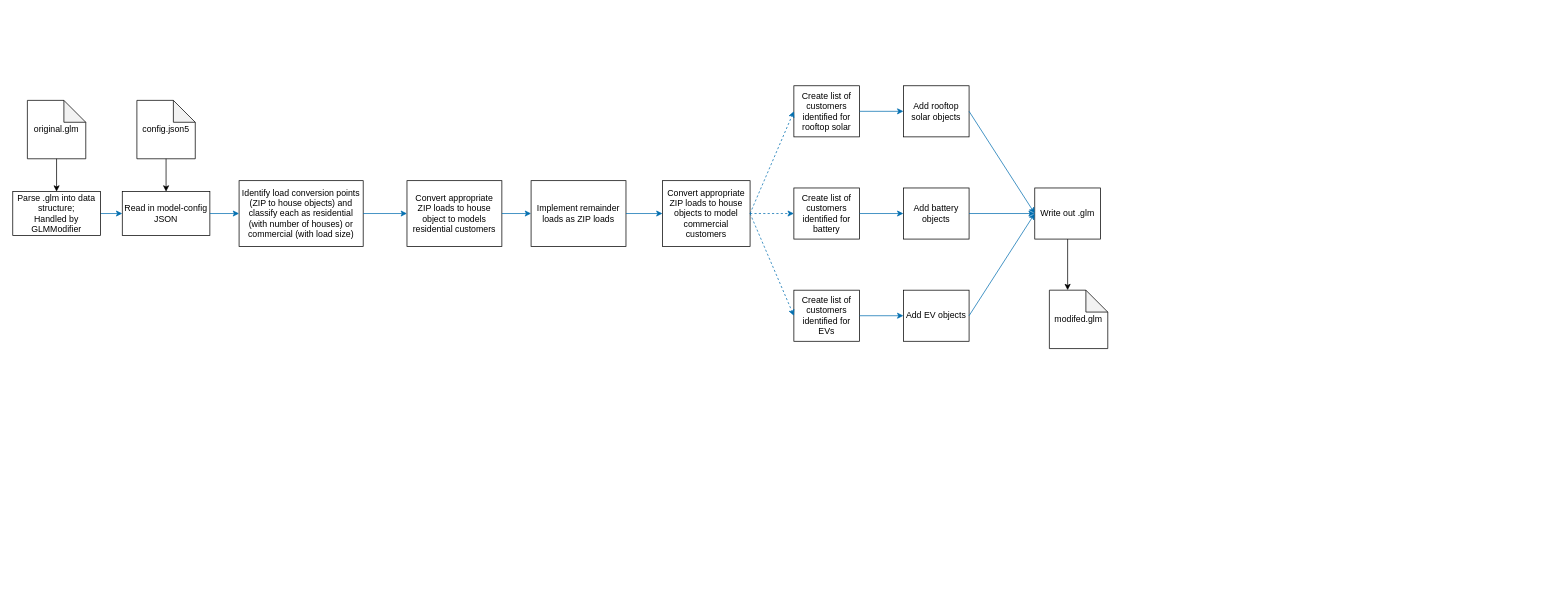
Before: doc/design/feeder_generator/feeder_population_flowchart.drawio in pnnl/tesp, a draw.io diagram. Source tidied: cells renumbered, new cells numbered last; positions are measured from the earlier drawing's top-left corner, leaving out a move shared by most shapes. Both pictures are drawn from the tidied source at 73%, with x=0, y=0 at pixel (12, 85).
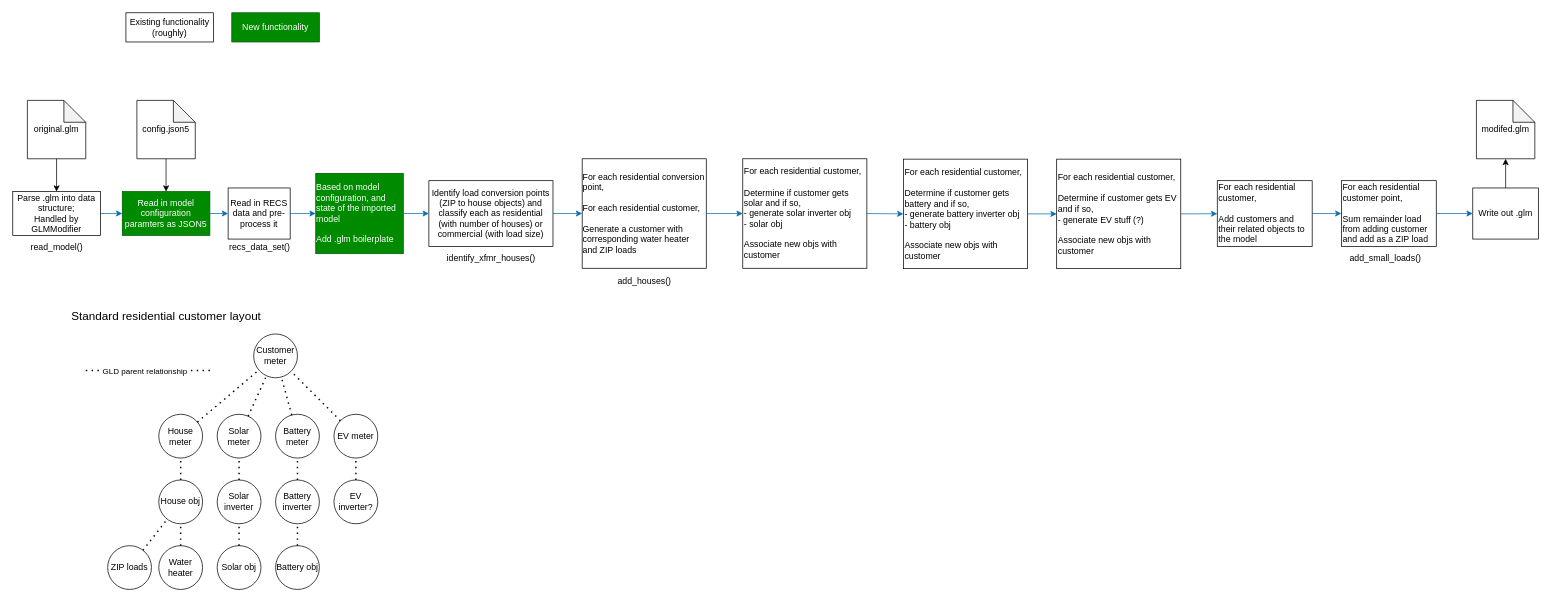
Above is the later version.

Commit message:
Update feeder_population_flowchart with more details

Diff of the diagram source:
```diff
@@
     <mxCell id="4" value="Identify load conversion points (ZIP to house objects) and classify each as residential (with number of houses) or commercial (with load size)" style="rounded=0;whiteSpace=wrap;html=1;" parent="1" vertex="1">
-      <mxGeometry x="310" y="130" width="170" height="90" as="geometry" />
+      <mxGeometry x="570" y="130" width="170" height="90" as="geometry" />
     </mxCell>
-    <mxCell id="5" value="Convert appropriate ZIP loads to house object to models residential customers" style="rounded=0;whiteSpace=wrap;html=1;" parent="1" vertex="1">
-      <mxGeometry x="540" y="130" width="130" height="90" as="geometry" />
-    </mxCell>
-    <mxCell id="6" style="edgeStyle=none;html=1;exitX=1;exitY=0.5;exitDx=0;exitDy=0;fillColor=#1ba1e2;strokeColor=#006EAF;" parent="1" edge="1" source="4" target="5">
+    <mxCell id="6" style="edgeStyle=none;html=1;exitX=1;exitY=0.5;exitDx=0;exitDy=0;fillColor=#1ba1e2;strokeColor=#006EAF;entryX=0;entryY=0.5;entryDx=0;entryDy=0;" parent="1" edge="1" source="4" target="74">
       <mxGeometry relative="1" as="geometry" />
     </mxCell>
-    <mxCell id="7" value="Convert appropriate ZIP loads to house objects to model commercial customers" style="rounded=0;whiteSpace=wrap;html=1;" parent="1" vertex="1">
-      <mxGeometry x="890" y="130" width="120" height="90" as="geometry" />
-    </mxCell>
-    <mxCell id="8" style="edgeStyle=none;html=1;exitX=1;exitY=0.5;exitDx=0;exitDy=0;fillColor=#1ba1e2;strokeColor=#006EAF;entryX=0;entryY=0.5;entryDx=0;entryDy=0;" parent="1" edge="1" source="5" target="33">
-      <mxGeometry relative="1" as="geometry" />
+    <mxCell id="8" style="edgeStyle=none;html=1;fillColor=#1ba1e2;strokeColor=#006EAF;entryX=0;entryY=0.5;entryDx=0;entryDy=0;" parent="1" edge="1" target="33">
+      <mxGeometry relative="1" as="geometry">
+        <mxPoint x="1780" y="175" as="sourcePoint" />
+      </mxGeometry>
     </mxCell>
-    <mxCell id="9" value="Create list of customers identified for rooftop solar" style="rounded=0;whiteSpace=wrap;html=1;" parent="1" vertex="1">
-      <mxGeometry x="1070" width="90" height="70" as="geometry" />
-    </mxCell>
-    <mxCell id="10" value="Add rooftop solar objects" style="rounded=0;whiteSpace=wrap;html=1;" parent="1" vertex="1">
-      <mxGeometry x="1220" width="90" height="70" as="geometry" />
-    </mxCell>
-    <mxCell id="11" style="edgeStyle=none;html=1;exitX=1;exitY=0.5;exitDx=0;exitDy=0;fillColor=#1ba1e2;strokeColor=#006EAF;entryX=0;entryY=0.5;entryDx=0;entryDy=0;dashed=1;" parent="1" edge="1" source="7" target="9">
-      <mxGeometry relative="1" as="geometry" />
-    </mxCell>
-    <mxCell id="12" style="edgeStyle=none;html=1;exitX=1;exitY=0.5;exitDx=0;exitDy=0;fillColor=#1ba1e2;strokeColor=#006EAF;entryX=0;entryY=0.5;entryDx=0;entryDy=0;" parent="1" edge="1" source="9" target="10">
-      <mxGeometry relative="1" as="geometry" />
-    </mxCell>
-    <mxCell id="13" value="Create list of customers identified for battery" style="rounded=0;whiteSpace=wrap;html=1;" parent="1" vertex="1">
-      <mxGeometry x="1070" y="140" width="90" height="70" as="geometry" />
-    </mxCell>
-    <mxCell id="14" value="Add battery objects" style="rounded=0;whiteSpace=wrap;html=1;" parent="1" vertex="1">
-      <mxGeometry x="1220" y="140" width="90" height="70" as="geometry" />
-    </mxCell>
-    <mxCell id="15" style="edgeStyle=none;html=1;exitX=1;exitY=0.5;exitDx=0;exitDy=0;fillColor=#1ba1e2;strokeColor=#006EAF;entryX=0;entryY=0.5;entryDx=0;entryDy=0;" parent="1" edge="1" source="13" target="14">
-      <mxGeometry relative="1" as="geometry" />
-    </mxCell>
-    <mxCell id="16" value="Create list of customers identified for EVs" style="rounded=0;whiteSpace=wrap;html=1;" parent="1" vertex="1">
-      <mxGeometry x="1070" y="280" width="90" height="70" as="geometry" />
-    </mxCell>
-    <mxCell id="17" value="Add EV objects" style="rounded=0;whiteSpace=wrap;html=1;" parent="1" vertex="1">
-      <mxGeometry x="1220" y="280" width="90" height="70" as="geometry" />
-    </mxCell>
-    <mxCell id="18" style="edgeStyle=none;html=1;exitX=1;exitY=0.5;exitDx=0;exitDy=0;fillColor=#1ba1e2;strokeColor=#006EAF;entryX=0;entryY=0.5;entryDx=0;entryDy=0;" parent="1" edge="1" source="16" target="17">
-      <mxGeometry relative="1" as="geometry" />
-    </mxCell>
-    <mxCell id="19" style="edgeStyle=none;html=1;exitX=1;exitY=0.5;exitDx=0;exitDy=0;fillColor=#1ba1e2;strokeColor=#006EAF;entryX=0;entryY=0.5;entryDx=0;entryDy=0;dashed=1;" parent="1" edge="1" source="7" target="13">
-      <mxGeometry relative="1" as="geometry" />
-    </mxCell>
-    <mxCell id="20" style="edgeStyle=none;html=1;exitX=1;exitY=0.5;exitDx=0;exitDy=0;fillColor=#1ba1e2;strokeColor=#006EAF;entryX=0;entryY=0.5;entryDx=0;entryDy=0;dashed=1;" parent="1" edge="1" source="7" target="16">
-      <mxGeometry relative="1" as="geometry" />
-    </mxCell>
-    <mxCell id="21" style="edgeStyle=none;html=1;exitX=0.5;exitY=1;exitDx=0;exitDy=0;entryX=0;entryY=0;entryDx=25;entryDy=0;entryPerimeter=0;" parent="1" edge="1" source="22" target="26">
+    <mxCell id="21" style="edgeStyle=none;html=1;exitX=0.5;exitY=0.5;exitDx=0;exitDy=0;exitPerimeter=0;" parent="1" edge="1" source="22" target="26">
       <mxGeometry relative="1" as="geometry" />
     </mxCell>
     <mxCell id="22" value="Write out .glm" style="rounded=0;whiteSpace=wrap;html=1;" parent="1" vertex="1">
-      <mxGeometry x="1400" y="140" width="90" height="70" as="geometry" />
+      <mxGeometry x="2000" y="140" width="90" height="70" as="geometry" />
     </mxCell>
-    <mxCell id="23" style="edgeStyle=none;html=1;exitX=1;exitY=0.5;exitDx=0;exitDy=0;fillColor=#1ba1e2;strokeColor=#006EAF;entryX=0;entryY=0.5;entryDx=0;entryDy=0;" parent="1" edge="1" source="10" target="22">
-      <mxGeometry relative="1" as="geometry" />
-    </mxCell>
-    <mxCell id="24" style="edgeStyle=none;html=1;exitX=1;exitY=0.5;exitDx=0;exitDy=0;fillColor=#1ba1e2;strokeColor=#006EAF;entryX=0;entryY=0.5;entryDx=0;entryDy=0;" parent="1" edge="1" source="14" target="22">
-      <mxGeometry relative="1" as="geometry" />
-    </mxCell>
-    <mxCell id="25" style="edgeStyle=none;html=1;exitX=1;exitY=0.5;exitDx=0;exitDy=0;fillColor=#1ba1e2;strokeColor=#006EAF;entryX=0;entryY=0.5;entryDx=0;entryDy=0;" parent="1" edge="1" source="17" target="22">
-      <mxGeometry relative="1" as="geometry" />
-    </mxCell>
     <mxCell id="26" value="modifed.glm" style="shape=note;whiteSpace=wrap;html=1;backgroundOutline=1;darkOpacity=0.05;" parent="1" vertex="1">
-      <mxGeometry x="1420" y="280" width="80" height="80" as="geometry" />
+      <mxGeometry x="2005" y="20" width="80" height="80" as="geometry" />
     </mxCell>
@@
-    <mxCell id="29" value="Read in model-config JSON" style="rounded=0;whiteSpace=wrap;html=1;" parent="1" vertex="1">
+    <mxCell id="29" value="Read in model configuration paramters as JSON5" style="rounded=0;whiteSpace=wrap;html=1;fillColor=#008a00;fontColor=#ffffff;strokeColor=#005700;" parent="1" vertex="1">
       <mxGeometry x="150" y="145" width="120" height="60" as="geometry" />
     </mxCell>
-    <mxCell id="30" style="edgeStyle=none;html=1;exitX=1;exitY=0.5;exitDx=0;exitDy=0;fillColor=#1ba1e2;strokeColor=#006EAF;entryX=0;entryY=0.5;entryDx=0;entryDy=0;" parent="1" edge="1" source="29" target="4">
-      <mxGeometry relative="1" as="geometry" />
+    <mxCell id="30" style="edgeStyle=none;html=1;fillColor=#1ba1e2;strokeColor=#006EAF;entryX=0;entryY=0.5;entryDx=0;entryDy=0;" parent="1" edge="1" target="70">
+      <mxGeometry relative="1" as="geometry">
+        <mxPoint x="270" y="175" as="sourcePoint" />
+      </mxGeometry>
     </mxCell>
@@
-    <mxCell id="33" value="Implement remainder loads as ZIP loads" style="rounded=0;whiteSpace=wrap;html=1;" parent="1" vertex="1">
-      <mxGeometry x="710" y="130" width="130" height="90" as="geometry" />
+    <mxCell id="33" value="For each residential customer point,&lt;br&gt;&lt;br&gt;&lt;div style=&quot;&quot;&gt;&lt;span style=&quot;background-color: initial;&quot;&gt;Sum remainder load from adding customer and add as a ZIP load&lt;/span&gt;&lt;/div&gt;" style="rounded=0;whiteSpace=wrap;html=1;align=left;" parent="1" vertex="1">
+      <mxGeometry x="1820" y="130" width="130" height="90" as="geometry" />
     </mxCell>
-    <mxCell id="34" style="edgeStyle=none;html=1;exitX=1;exitY=0.5;exitDx=0;exitDy=0;fillColor=#1ba1e2;strokeColor=#006EAF;entryX=0;entryY=0.5;entryDx=0;entryDy=0;" parent="1" edge="1" source="33" target="7">
-      <mxGeometry relative="1" as="geometry" />
-    </mxCell>
+    <mxCell id="35" value="New functionality" style="rounded=0;whiteSpace=wrap;html=1;fillColor=#008a00;fontColor=#ffffff;strokeColor=#005700;" parent="1" vertex="1">
+      <mxGeometry x="300" y="-100" width="120" height="40" as="geometry" />
+    </mxCell>
+    <mxCell id="36" value="Existing functionality (roughly)" style="rounded=0;whiteSpace=wrap;html=1;" parent="1" vertex="1">
+      <mxGeometry x="155" y="-100" width="120" height="40" as="geometry" />
+    </mxCell>
+    <mxCell id="37" value="Customer meter" style="ellipse;whiteSpace=wrap;html=1;" parent="1" vertex="1">
+      <mxGeometry x="330" y="340" width="60" height="60" as="geometry" />
+    </mxCell>
+    <mxCell id="38" value="House meter" style="ellipse;whiteSpace=wrap;html=1;" parent="1" vertex="1">
+      <mxGeometry x="200" y="450" width="60" height="60" as="geometry" />
+    </mxCell>
+    <mxCell id="39" value="Solar meter" style="ellipse;whiteSpace=wrap;html=1;" parent="1" vertex="1">
+      <mxGeometry x="280" y="450" width="60" height="60" as="geometry" />
+    </mxCell>
+    <mxCell id="40" value="Battery meter" style="ellipse;whiteSpace=wrap;html=1;" parent="1" vertex="1">
+      <mxGeometry x="360" y="450" width="60" height="60" as="geometry" />
+    </mxCell>
+    <mxCell id="41" value="EV meter" style="ellipse;whiteSpace=wrap;html=1;" parent="1" vertex="1">
+      <mxGeometry x="440" y="450" width="60" height="60" as="geometry" />
+    </mxCell>
+    <mxCell id="42" style="endArrow=none;dashed=1;html=1;dashPattern=1 3;strokeWidth=2;" parent="1" edge="1" source="38" target="37">
+      <mxGeometry relative="1" as="geometry" />
+    </mxCell>
+    <mxCell id="43" style="endArrow=none;dashed=1;html=1;dashPattern=1 3;strokeWidth=2;" parent="1" edge="1" source="39" target="37">
+      <mxGeometry relative="1" as="geometry" />
+    </mxCell>
+    <mxCell id="44" style="endArrow=none;dashed=1;html=1;dashPattern=1 3;strokeWidth=2;" parent="1" edge="1" source="40" target="37">
+      <mxGeometry relative="1" as="geometry" />
+    </mxCell>
+    <mxCell id="45" style="endArrow=none;dashed=1;html=1;dashPattern=1 3;strokeWidth=2;" parent="1" edge="1" source="41" target="37">
+      <mxGeometry relative="1" as="geometry" />
+    </mxCell>
+    <mxCell id="46" style="endArrow=none;dashed=1;html=1;dashPattern=1 3;strokeWidth=2;" parent="1" edge="1">
+      <mxGeometry relative="1" as="geometry">
+        <mxPoint x="100" y="390" as="sourcePoint" />
+        <mxPoint x="270" y="390" as="targetPoint" />
+      </mxGeometry>
+    </mxCell>
+    <mxCell id="47" value="GLD parent relationship" style="edgeLabel;html=1;align=center;verticalAlign=middle;" parent="46" vertex="1">
+      <mxGeometry x="-0.52" y="2" relative="1" as="geometry">
+        <mxPoint x="39" y="3" as="offset" />
+      </mxGeometry>
+    </mxCell>
+    <mxCell id="48" value="House obj" style="ellipse;whiteSpace=wrap;html=1;" parent="1" vertex="1">
+      <mxGeometry x="200" y="540" width="60" height="60" as="geometry" />
+    </mxCell>
+    <mxCell id="49" value="ZIP loads" style="ellipse;whiteSpace=wrap;html=1;" parent="1" vertex="1">
+      <mxGeometry x="130" y="630" width="60" height="60" as="geometry" />
+    </mxCell>
+    <mxCell id="50" value="Water heater" style="ellipse;whiteSpace=wrap;html=1;" parent="1" vertex="1">
+      <mxGeometry x="200" y="630" width="60" height="60" as="geometry" />
+    </mxCell>
+    <mxCell id="51" style="endArrow=none;dashed=1;html=1;dashPattern=1 3;strokeWidth=2;" parent="1" edge="1" source="48" target="38">
+      <mxGeometry relative="1" as="geometry" />
+    </mxCell>
+    <mxCell id="52" style="endArrow=none;dashed=1;html=1;dashPattern=1 3;strokeWidth=2;" parent="1" edge="1" source="49" target="48">
+      <mxGeometry relative="1" as="geometry" />
+    </mxCell>
+    <mxCell id="53" style="endArrow=none;dashed=1;html=1;dashPattern=1 3;strokeWidth=2;" parent="1" edge="1" source="50" target="48">
+      <mxGeometry relative="1" as="geometry" />
+    </mxCell>
+    <mxCell id="54" value="Solar inverter" style="ellipse;whiteSpace=wrap;html=1;" parent="1" vertex="1">
+      <mxGeometry x="280" y="540" width="60" height="60" as="geometry" />
+    </mxCell>
+    <mxCell id="55" value="Battery inverter" style="ellipse;whiteSpace=wrap;html=1;" parent="1" vertex="1">
+      <mxGeometry x="360" y="540" width="60" height="60" as="geometry" />
+    </mxCell>
+    <mxCell id="56" value="EV inverter?" style="ellipse;whiteSpace=wrap;html=1;" parent="1" vertex="1">
+      <mxGeometry x="440" y="540" width="60" height="60" as="geometry" />
+    </mxCell>
+    <mxCell id="57" style="endArrow=none;dashed=1;html=1;dashPattern=1 3;strokeWidth=2;" parent="1" edge="1" source="54" target="39">
+      <mxGeometry relative="1" as="geometry" />
+    </mxCell>
+    <mxCell id="58" style="endArrow=none;dashed=1;html=1;dashPattern=1 3;strokeWidth=2;" parent="1" edge="1" source="55" target="40">
+      <mxGeometry relative="1" as="geometry" />
+    </mxCell>
+    <mxCell id="59" style="endArrow=none;dashed=1;html=1;dashPattern=1 3;strokeWidth=2;" parent="1" edge="1" source="56" target="41">
+      <mxGeometry relative="1" as="geometry" />
+    </mxCell>
+    <mxCell id="60" value="Solar obj" style="ellipse;whiteSpace=wrap;html=1;" parent="1" vertex="1">
+      <mxGeometry x="280" y="630" width="60" height="60" as="geometry" />
+    </mxCell>
+    <mxCell id="61" value="Battery obj" style="ellipse;whiteSpace=wrap;html=1;" parent="1" vertex="1">
+      <mxGeometry x="360" y="630" width="60" height="60" as="geometry" />
+    </mxCell>
+    <mxCell id="62" style="endArrow=none;dashed=1;html=1;dashPattern=1 3;strokeWidth=2;" parent="1" edge="1" source="60" target="54">
+      <mxGeometry relative="1" as="geometry" />
+    </mxCell>
+    <mxCell id="63" style="endArrow=none;dashed=1;html=1;dashPattern=1 3;strokeWidth=2;" parent="1" edge="1" source="61" target="55">
+      <mxGeometry relative="1" as="geometry" />
+    </mxCell>
+    <mxCell id="64" value="&lt;font style=&quot;font-size: 16px;&quot;&gt;Standard residential customer layout&lt;/font&gt;" style="text;html=1;align=center;verticalAlign=middle;strokeColor=none;fillColor=none;" parent="1" vertex="1">
+      <mxGeometry x="70" y="300" width="280" height="30" as="geometry" />
+    </mxCell>
+    <mxCell id="65" value="&lt;font style=&quot;font-size: 12px;&quot;&gt;add_small_loads()&lt;/font&gt;" style="text;html=1;align=center;verticalAlign=middle;strokeColor=none;fillColor=none;fontSize=16;" parent="1" vertex="1">
+      <mxGeometry x="1820" y="220" width="120" height="30" as="geometry" />
+    </mxCell>
+    <mxCell id="66" value="&lt;span style=&quot;font-size: 12px;&quot;&gt;add_houses()&lt;/span&gt;" style="text;html=1;align=center;verticalAlign=middle;strokeColor=none;fillColor=none;fontSize=16;" parent="1" vertex="1">
+      <mxGeometry x="815" y="250.5" width="100" height="30" as="geometry" />
+    </mxCell>
+    <mxCell id="67" value="&lt;span style=&quot;font-size: 12px;&quot;&gt;identify_xfmr_houses()&lt;/span&gt;" style="text;html=1;align=center;verticalAlign=middle;strokeColor=none;fillColor=none;fontSize=16;" parent="1" vertex="1">
+      <mxGeometry x="585" y="220" width="140" height="30" as="geometry" />
+    </mxCell>
+    <mxCell id="68" value="&lt;div style=&quot;text-align: left;&quot;&gt;&lt;span style=&quot;background-color: initial;&quot;&gt;Based on model configuration, and state of the imported model&lt;/span&gt;&lt;/div&gt;&lt;div style=&quot;text-align: left;&quot;&gt;&lt;span style=&quot;background-color: initial;&quot;&gt;&lt;br&gt;&lt;/span&gt;&lt;/div&gt;&lt;div style=&quot;text-align: left;&quot;&gt;&lt;span style=&quot;background-color: initial;&quot;&gt;Add .glm boilerplate&lt;/span&gt;&lt;/div&gt;" style="rounded=0;whiteSpace=wrap;html=1;fillColor=#008a00;fontColor=#ffffff;strokeColor=#005700;" parent="1" vertex="1">
+      <mxGeometry x="415" y="120" width="120" height="110" as="geometry" />
+    </mxCell>
+    <mxCell id="69" style="edgeStyle=none;html=1;exitX=1;exitY=0.5;exitDx=0;exitDy=0;fillColor=#1ba1e2;strokeColor=#006EAF;entryX=0;entryY=0.5;entryDx=0;entryDy=0;" parent="1" edge="1" source="68" target="4">
+      <mxGeometry relative="1" as="geometry" />
+    </mxCell>
+    <mxCell id="70" value="Read in RECS data and pre-process it" style="rounded=0;whiteSpace=wrap;html=1;" parent="1" vertex="1">
+      <mxGeometry x="295" y="140" width="85" height="70" as="geometry" />
+    </mxCell>
+    <mxCell id="71" style="edgeStyle=none;html=1;fillColor=#1ba1e2;strokeColor=#006EAF;entryX=0;entryY=0.5;entryDx=0;entryDy=0;exitX=1;exitY=0.5;exitDx=0;exitDy=0;" parent="1" edge="1" source="70" target="68">
+      <mxGeometry relative="1" as="geometry" />
+    </mxCell>
+    <mxCell id="72" value="&lt;span style=&quot;font-size: 12px;&quot;&gt;recs_data_set()&lt;/span&gt;" style="text;html=1;align=center;verticalAlign=middle;strokeColor=none;fillColor=none;fontSize=16;" parent="1" vertex="1">
+      <mxGeometry x="282.5" y="205" width="110" height="30" as="geometry" />
+    </mxCell>
+    <mxCell id="73" value="&lt;span style=&quot;font-size: 12px;&quot;&gt;read_model()&lt;/span&gt;" style="text;html=1;align=center;verticalAlign=middle;strokeColor=none;fillColor=none;fontSize=16;" parent="1" vertex="1">
+      <mxGeometry x="15" y="205" width="90" height="30" as="geometry" />
+    </mxCell>
+    <mxCell id="74" value="&lt;div style=&quot;text-align: left;&quot;&gt;&lt;span style=&quot;background-color: initial;&quot;&gt;For each residential conversion point,&lt;/span&gt;&lt;/div&gt;&lt;div style=&quot;text-align: left;&quot;&gt;&lt;br&gt;&lt;/div&gt;&lt;div style=&quot;text-align: left;&quot;&gt;&lt;span style=&quot;background-color: initial;&quot;&gt;For each residential customer,&lt;/span&gt;&lt;/div&gt;&lt;div style=&quot;text-align: left;&quot;&gt;&lt;br&gt;&lt;/div&gt;&lt;div style=&quot;text-align: left;&quot;&gt;&lt;span style=&quot;background-color: initial;&quot;&gt;Generate a customer with corresponding water heater and ZIP loads&lt;/span&gt;&lt;/div&gt;" style="rounded=0;whiteSpace=wrap;html=1;" parent="1" vertex="1">
+      <mxGeometry x="780" y="100" width="170" height="150" as="geometry" />
+    </mxCell>
+    <mxCell id="75" value="&lt;div style=&quot;&quot;&gt;&lt;span style=&quot;background-color: initial;&quot;&gt;For each residential customer,&lt;/span&gt;&lt;/div&gt;&lt;div style=&quot;&quot;&gt;&lt;span style=&quot;background-color: initial;&quot;&gt;&lt;br&gt;&lt;/span&gt;&lt;/div&gt;&lt;div style=&quot;&quot;&gt;Determine if customer gets solar and if so,&amp;nbsp;&lt;/div&gt;&lt;div style=&quot;&quot;&gt;- generate solar inverter obj&amp;nbsp;&lt;/div&gt;&lt;div style=&quot;&quot;&gt;- solar obj&lt;/div&gt;&lt;div style=&quot;&quot;&gt;&lt;br&gt;&lt;/div&gt;&lt;div style=&quot;&quot;&gt;Associate new objs with customer&lt;/div&gt;" style="rounded=0;whiteSpace=wrap;html=1;align=left;" parent="1" vertex="1">
+      <mxGeometry x="1000" y="100" width="170" height="150" as="geometry" />
+    </mxCell>
+    <mxCell id="76" style="edgeStyle=none;html=1;exitX=1;exitY=0.5;exitDx=0;exitDy=0;fillColor=#1ba1e2;strokeColor=#006EAF;entryX=0;entryY=0.5;entryDx=0;entryDy=0;" parent="1" edge="1" source="74" target="75">
+      <mxGeometry relative="1" as="geometry" />
+    </mxCell>
+    <mxCell id="77" value="&lt;div style=&quot;&quot;&gt;&lt;span style=&quot;background-color: initial;&quot;&gt;For each residential customer,&lt;/span&gt;&lt;/div&gt;&lt;div style=&quot;&quot;&gt;&lt;span style=&quot;background-color: initial;&quot;&gt;&lt;br&gt;&lt;/span&gt;&lt;/div&gt;&lt;div style=&quot;&quot;&gt;Determine if customer gets battery and if so,&amp;nbsp;&lt;/div&gt;&lt;div style=&quot;&quot;&gt;- generate battery inverter obj&amp;nbsp;&lt;/div&gt;&lt;div style=&quot;&quot;&gt;- battery obj&lt;/div&gt;&lt;div style=&quot;&quot;&gt;&lt;br&gt;&lt;/div&gt;&lt;div style=&quot;&quot;&gt;Associate new objs with customer&lt;/div&gt;" style="rounded=0;whiteSpace=wrap;html=1;align=left;" parent="1" vertex="1">
+      <mxGeometry x="1220" y="100.5" width="170" height="150" as="geometry" />
+    </mxCell>
+    <mxCell id="78" style="edgeStyle=none;html=1;exitX=1;exitY=0.5;exitDx=0;exitDy=0;fillColor=#1ba1e2;strokeColor=#006EAF;entryX=0;entryY=0.5;entryDx=0;entryDy=0;" parent="1" edge="1" source="75" target="77">
+      <mxGeometry relative="1" as="geometry" />
+    </mxCell>
+    <mxCell id="79" value="&lt;div style=&quot;&quot;&gt;&lt;span style=&quot;background-color: initial;&quot;&gt;For each residential customer,&lt;/span&gt;&lt;/div&gt;&lt;div style=&quot;&quot;&gt;&lt;span style=&quot;background-color: initial;&quot;&gt;&lt;br&gt;&lt;/span&gt;&lt;/div&gt;&lt;div style=&quot;&quot;&gt;Determine if customer gets EV and if so,&amp;nbsp;&lt;/div&gt;&lt;div style=&quot;&quot;&gt;- generate EV stuff (?)&lt;/div&gt;&lt;div style=&quot;&quot;&gt;&lt;br&gt;&lt;/div&gt;&lt;div style=&quot;&quot;&gt;Associate new objs with customer&lt;/div&gt;" style="rounded=0;whiteSpace=wrap;html=1;align=left;" parent="1" vertex="1">
+      <mxGeometry x="1430" y="100.5" width="170" height="150" as="geometry" />
+    </mxCell>
+    <mxCell id="80" style="edgeStyle=none;html=1;exitX=1;exitY=0.5;exitDx=0;exitDy=0;fillColor=#1ba1e2;strokeColor=#006EAF;" parent="1" edge="1" source="77" target="79">
+      <mxGeometry relative="1" as="geometry" />
+    </mxCell>
+    <mxCell id="81" value="For each residential customer,&lt;br&gt;&lt;br&gt;Add customers and their related objects to the model" style="rounded=0;whiteSpace=wrap;html=1;align=left;" parent="1" vertex="1">
+      <mxGeometry x="1650" y="130" width="130" height="90" as="geometry" />
+    </mxCell>
+    <mxCell id="82" style="edgeStyle=none;html=1;exitX=1;exitY=0.5;exitDx=0;exitDy=0;fillColor=#1ba1e2;strokeColor=#006EAF;" parent="1" edge="1" source="79" target="81">
+      <mxGeometry relative="1" as="geometry" />
+    </mxCell>
+    <mxCell id="83" style="edgeStyle=none;html=1;fillColor=#1ba1e2;strokeColor=#006EAF;" parent="1" edge="1" source="33" target="22">
+      <mxGeometry relative="1" as="geometry" />
+    </mxCell>
```
